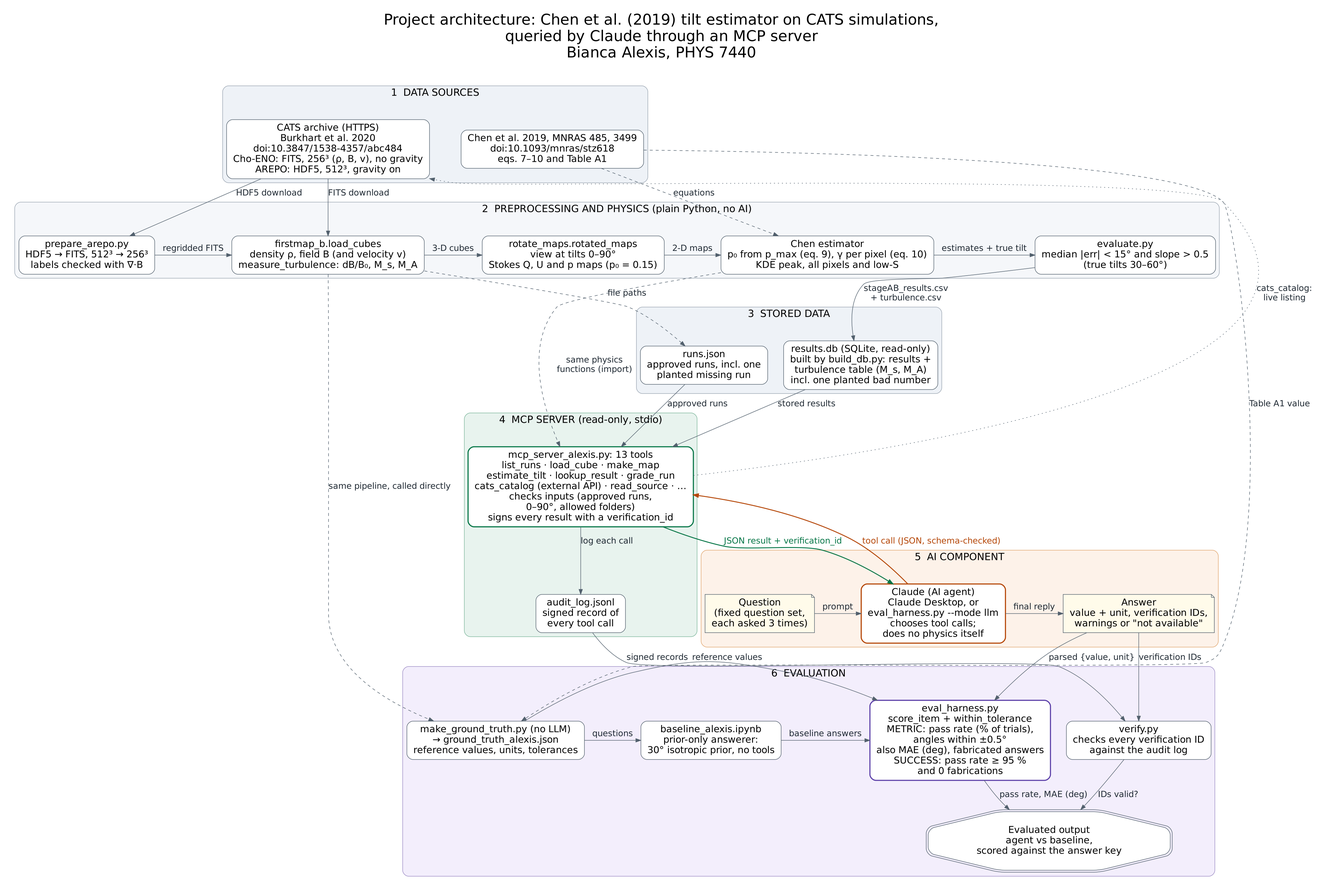
bhalex86/ai-physics-alexis keeps this Graphviz diagram as hw8/architecture_alexis.png. Above is the earlier version. Its source is kept beside it as hw8/architecture_alexis.dot.
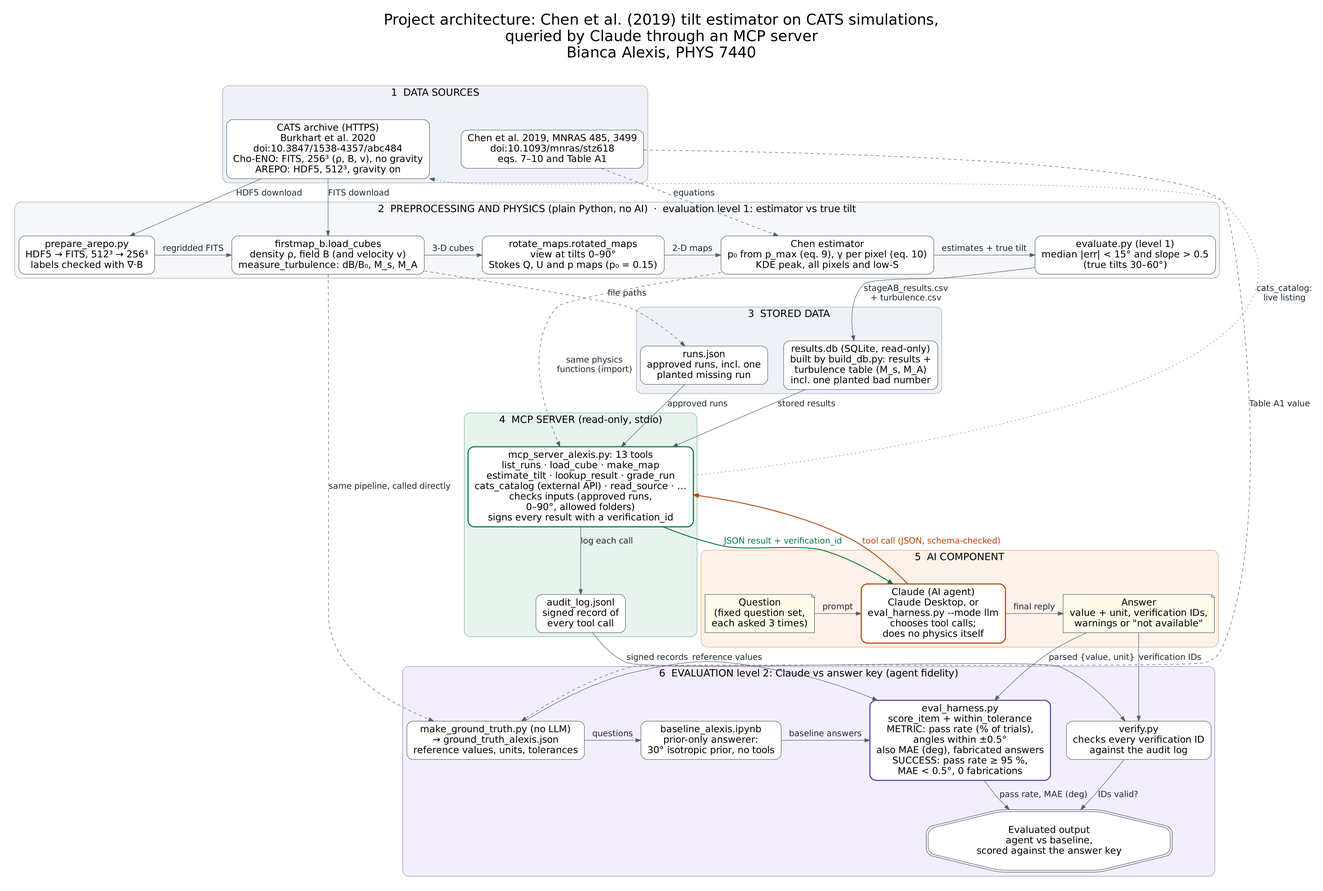
The same file after the commit.

Commit message:
HW8: paired McNemar test, two evaluation levels, deeper annotations, clearer diagram

Diff of the diagram source:
```diff
@@ -13,12 +13,12 @@
   }
 
   subgraph cluster_pre {
-    label="2  PREPROCESSING AND PHYSICS (plain Python, no AI)"; style="rounded,filled"; fillcolor="#f5f7fa"; color="#9aa5b1"; fontsize=20;
+    label="2  PREPROCESSING AND PHYSICS (plain Python, no AI)  ·  evaluation level 1: estimator vs true tilt"; style="rounded,filled"; fillcolor="#f5f7fa"; color="#9aa5b1"; fontsize=20;
     prep  [label="prepare_arepo.py\nHDF5 → FITS, 512³ → 256³\nlabels checked with ∇·B"];
     load  [label="firstmap_b.load_cubes\ndensity ρ, field B (and velocity v)\nmeasure_turbulence: dB/B₀, M_s, M_A"];
     rot   [label="rotate_maps.rotated_maps\nview at tilts 0–90°\nStokes Q, U and p maps (p₀ = 0.15)"];
     est   [label="Chen estimator\np₀ from p_max (eq. 9), γ per pixel (eq. 10)\nKDE peak, all pixels and low-S"];
-    grade [label="evaluate.py\nmedian |err| < 15° and slope > 0.5\n(true tilts 30–60°)"];
+    grade [label="evaluate.py (level 1)\nmedian |err| < 15° and slope > 0.5\n(true tilts 30–60°)"];
   }
 
   subgraph cluster_store {
@@ -43,10 +43,10 @@
   }
 
   subgraph cluster_eval {
-    label="6  EVALUATION"; style="rounded,filled"; fillcolor="#f3eefc"; color="#9b8ac4"; fontsize=20;
+    label="6  EVALUATION level 2: Claude vs answer key (agent fidelity)"; style="rounded,filled"; fillcolor="#f3eefc"; color="#9b8ac4"; fontsize=20;
     key  [label="make_ground_truth.py (no LLM)\n→ ground_truth_alexis.json\nreference values, units, tolerances"];
     base [label="baseline_alexis.ipynb\nprior-only answerer:\n30° isotropic prior, no tools"];
-    harn [label="eval_harness.py\nscore_item + within_tolerance\nMETRIC: pass rate (% of trials),\nangles within ±0.5°\nalso MAE (deg), fabricated answers\nSUCCESS: pass rate ≥ 95 %\nand 0 fabrications",
+    harn [label="eval_harness.py\nscore_item + within_tolerance\nMETRIC: pass rate (% of trials),\nangles within ±0.5°\nalso MAE (deg), fabricated answers\nSUCCESS: pass rate ≥ 95 %,\nMAE < 0.5°, 0 fabrications",
           color="#5b3fa8", penwidth=2.2];
     ver  [label="verify.py\nchecks every verification ID\nagainst the audit log"];
     res  [label="Evaluated output\nagent vs baseline,\nscored against the answer key", shape=doubleoctagon];
```
